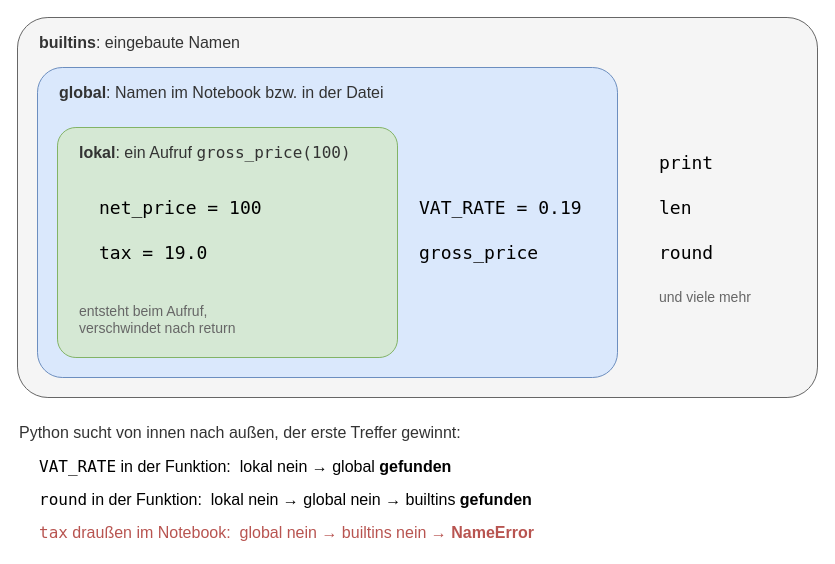
This is assets/07_scopes.drawio from Aydinbas-IT-Consulting-Training/gfu-python-einsteiger, a draw.io file, before an edit. Source tidied: cells renumbered, new cells numbered last; positions are measured from the earlier drawing's top-left corner, leaving out a move shared by most shapes. Both pictures are drawn from the tidied source at 100%, with x=0, y=0 at pixel (17, 17).
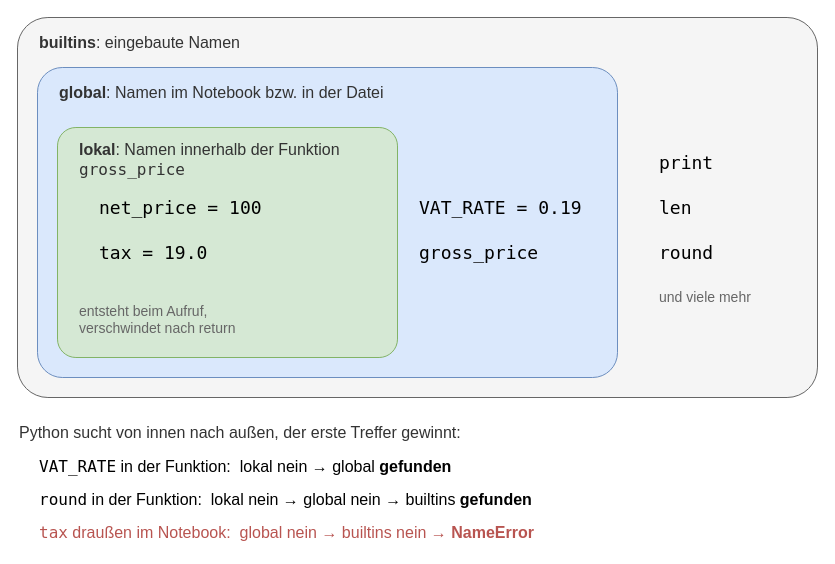
The same page after the edit.

Commit message (it also covers changes not shown here):
07: lokaler Namensraum als Namen innerhalb der Funktion beschriften

Diff of the diagram source:
```diff
@@
-    <mxCell id="7" value="&lt;b&gt;lokal&lt;/b&gt;: ein Aufruf &lt;font face=&quot;Menlo&quot;&gt;gross_price(100)&lt;/font&gt;" style="text;html=1;align=left;verticalAlign=middle;fontSize=16;fontFamily=Helvetica;fontColor=#333333;" parent="1" vertex="1">
-      <mxGeometry x="60" y="120" width="310" height="30" as="geometry" />
+    <mxCell id="7" value="&lt;b&gt;lokal&lt;/b&gt;: Namen innerhalb der Funktion &lt;font face=&quot;Menlo&quot;&gt;gross_price&lt;/font&gt;" style="text;html=1;whiteSpace=wrap;align=left;verticalAlign=middle;fontSize=16;fontFamily=Helvetica;fontColor=#333333;" parent="1" vertex="1">
+      <mxGeometry x="60" y="118" width="310" height="48" as="geometry" />
     </mxCell>
```
